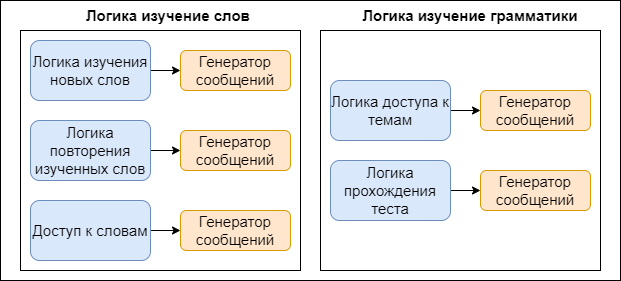
BednovAV/RalphEngBot keeps this draw.io diagram as StoryBoards/LogicLayer.drawio.png. Above is the earlier version. Source tidied: cells renumbered, new cells last; positions are measured from the earlier drawing's top-left corner, leaving out a move shared by most shapes. Its diagram source:
```xml
<mxGraphModel>
  <root>
    <mxCell id="0" />
    <mxCell id="1" parent="0" />
    <mxCell id="2" style="rounded=0;whiteSpace=wrap;html=1;fontSize=15;" parent="1" vertex="1">
      <mxGeometry width="620" height="280" as="geometry" />
    </mxCell>
    <mxCell id="3" style="rounded=0;whiteSpace=wrap;html=1;" parent="1" vertex="1">
      <mxGeometry x="20" y="30" width="280" height="240" as="geometry" />
    </mxCell>
    <mxCell id="4" value="Логика изучение слов&amp;nbsp;" style="text;html=1;strokeColor=none;fillColor=none;align=center;verticalAlign=middle;whiteSpace=wrap;rounded=0;fontStyle=1;fontSize=15;" parent="1" vertex="1">
      <mxGeometry x="60" width="220" height="30" as="geometry" />
    </mxCell>
    <mxCell id="5" style="edgeStyle=orthogonalEdgeStyle;rounded=0;jettySize=auto;html=1;exitX=1;exitY=0.5;exitDx=0;exitDy=0;entryX=0;entryY=0.5;entryDx=0;entryDy=0;fontSize=15;" parent="1" edge="1" source="6" target="11">
      <mxGeometry relative="1" as="geometry" />
    </mxCell>
    <mxCell id="6" value="Логика изучения новых слов" style="rounded=1;whiteSpace=wrap;html=1;fontSize=15;fillColor=#dae8fc;strokeColor=#6c8ebf;" parent="1" vertex="1">
      <mxGeometry x="30" y="40" width="120" height="60" as="geometry" />
    </mxCell>
    <mxCell id="7" style="edgeStyle=orthogonalEdgeStyle;rounded=0;jettySize=auto;html=1;exitX=1;exitY=0.5;exitDx=0;exitDy=0;entryX=0;entryY=0.5;entryDx=0;entryDy=0;fontSize=15;" parent="1" edge="1" source="8" target="12">
      <mxGeometry relative="1" as="geometry" />
    </mxCell>
    <mxCell id="8" value="Логика повторения изученных слов" style="rounded=1;whiteSpace=wrap;html=1;fontSize=15;fillColor=#dae8fc;strokeColor=#6c8ebf;" parent="1" vertex="1">
      <mxGeometry x="30" y="120" width="120" height="60" as="geometry" />
    </mxCell>
    <mxCell id="9" style="edgeStyle=orthogonalEdgeStyle;rounded=0;jettySize=auto;html=1;exitX=1;exitY=0.5;exitDx=0;exitDy=0;entryX=0;entryY=0.5;entryDx=0;entryDy=0;fontSize=15;" parent="1" edge="1" source="10" target="13">
      <mxGeometry relative="1" as="geometry" />
    </mxCell>
    <mxCell id="10" value="Доступ к словам" style="rounded=1;whiteSpace=wrap;html=1;fontSize=15;fillColor=#dae8fc;strokeColor=#6c8ebf;" parent="1" vertex="1">
      <mxGeometry x="30" y="200" width="120" height="60" as="geometry" />
    </mxCell>
    <mxCell id="11" value="Генератор сообщений" style="rounded=1;whiteSpace=wrap;html=1;fillColor=#ffe6cc;strokeColor=#d79b00;fontSize=15;" parent="1" vertex="1">
      <mxGeometry x="180" y="50" width="110" height="40" as="geometry" />
    </mxCell>
    <mxCell id="12" value="Генератор сообщений" style="rounded=1;whiteSpace=wrap;html=1;fillColor=#ffe6cc;strokeColor=#d79b00;fontSize=15;" parent="1" vertex="1">
      <mxGeometry x="180" y="130" width="110" height="40" as="geometry" />
    </mxCell>
    <mxCell id="13" value="Генератор сообщений" style="rounded=1;whiteSpace=wrap;html=1;fillColor=#ffe6cc;strokeColor=#d79b00;fontSize=15;" parent="1" vertex="1">
      <mxGeometry x="180" y="210" width="110" height="40" as="geometry" />
    </mxCell>
    <mxCell id="14" style="rounded=0;whiteSpace=wrap;html=1;" parent="1" vertex="1">
      <mxGeometry x="320" y="30" width="280" height="240" as="geometry" />
    </mxCell>
    <mxCell id="15" value="Логика изучение грамматики" style="text;html=1;strokeColor=none;fillColor=none;align=center;verticalAlign=middle;whiteSpace=wrap;rounded=0;fontStyle=1;fontSize=15;" parent="1" vertex="1">
      <mxGeometry x="360" width="220" height="30" as="geometry" />
    </mxCell>
    <mxCell id="16" style="edgeStyle=orthogonalEdgeStyle;rounded=0;jettySize=auto;html=1;exitX=1;exitY=0.5;exitDx=0;exitDy=0;entryX=0;entryY=0.5;entryDx=0;entryDy=0;fontSize=15;" parent="1" edge="1" source="17" target="20">
      <mxGeometry relative="1" as="geometry" />
    </mxCell>
    <mxCell id="17" value="Логика доступа к темам" style="rounded=1;whiteSpace=wrap;html=1;fontSize=15;fillColor=#dae8fc;strokeColor=#6c8ebf;" parent="1" vertex="1">
      <mxGeometry x="330" y="80" width="120" height="60" as="geometry" />
    </mxCell>
    <mxCell id="18" style="edgeStyle=orthogonalEdgeStyle;rounded=0;jettySize=auto;html=1;exitX=1;exitY=0.5;exitDx=0;exitDy=0;entryX=0;entryY=0.5;entryDx=0;entryDy=0;fontSize=15;" parent="1" edge="1" source="19" target="21">
      <mxGeometry relative="1" as="geometry" />
    </mxCell>
    <mxCell id="19" value="Логика прохождения теста" style="rounded=1;whiteSpace=wrap;html=1;fontSize=15;fillColor=#dae8fc;strokeColor=#6c8ebf;" parent="1" vertex="1">
      <mxGeometry x="330" y="160" width="120" height="60" as="geometry" />
    </mxCell>
    <mxCell id="20" value="Генератор сообщений" style="rounded=1;whiteSpace=wrap;html=1;fillColor=#ffe6cc;strokeColor=#d79b00;fontSize=15;" parent="1" vertex="1">
      <mxGeometry x="480" y="90" width="110" height="40" as="geometry" />
    </mxCell>
    <mxCell id="21" value="Генератор сообщений" style="rounded=1;whiteSpace=wrap;html=1;fillColor=#ffe6cc;strokeColor=#d79b00;fontSize=15;" parent="1" vertex="1">
      <mxGeometry x="480" y="170" width="110" height="40" as="geometry" />
    </mxCell>
  </root>
</mxGraphModel>
```
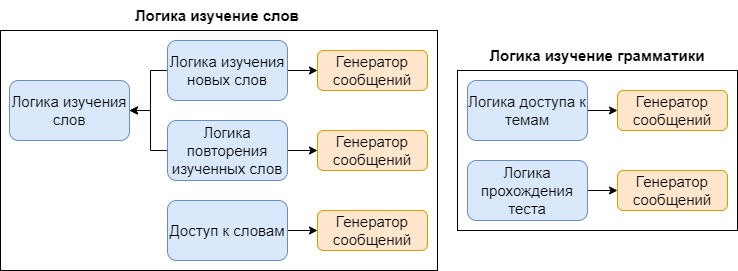
The same diagram one commit later.

Diff of the diagram source:
```diff
@@ -2,24 +2,37 @@
   <root>
     <mxCell id="0" />
     <mxCell id="1" parent="0" />
-    <mxCell id="2" style="rounded=0;whiteSpace=wrap;html=1;fontSize=15;" parent="1" vertex="1">
-      <mxGeometry width="620" height="280" as="geometry" />
-    </mxCell>
     <mxCell id="3" style="rounded=0;whiteSpace=wrap;html=1;" parent="1" vertex="1">
-      <mxGeometry x="20" y="30" width="280" height="240" as="geometry" />
+      <mxGeometry x="-137" y="30" width="437" height="240" as="geometry" />
     </mxCell>
     <mxCell id="4" value="Логика изучение слов&amp;nbsp;" style="text;html=1;strokeColor=none;fillColor=none;align=center;verticalAlign=middle;whiteSpace=wrap;rounded=0;fontStyle=1;fontSize=15;" parent="1" vertex="1">
-      <mxGeometry x="60" width="220" height="30" as="geometry" />
+      <mxGeometry x="-28.5" width="220" height="30" as="geometry" />
     </mxCell>
     <mxCell id="5" style="edgeStyle=orthogonalEdgeStyle;rounded=0;jettySize=auto;html=1;exitX=1;exitY=0.5;exitDx=0;exitDy=0;entryX=0;entryY=0.5;entryDx=0;entryDy=0;fontSize=15;" parent="1" edge="1" source="6" target="11">
       <mxGeometry relative="1" as="geometry" />
     </mxCell>
+    <mxCell id="22" style="edgeStyle=orthogonalEdgeStyle;rounded=0;jettySize=auto;html=1;exitX=0;exitY=0.5;exitDx=0;exitDy=0;entryX=1;entryY=0.5;entryDx=0;entryDy=0;fontSize=15;" parent="1" edge="1" source="6" target="24">
+      <mxGeometry relative="1" as="geometry">
+        <Array as="points">
+          <mxPoint x="13" y="70" />
+          <mxPoint x="13" y="110" />
+        </Array>
+      </mxGeometry>
+    </mxCell>
     <mxCell id="6" value="Логика изучения новых слов" style="rounded=1;whiteSpace=wrap;html=1;fontSize=15;fillColor=#dae8fc;strokeColor=#6c8ebf;" parent="1" vertex="1">
       <mxGeometry x="30" y="40" width="120" height="60" as="geometry" />
     </mxCell>
     <mxCell id="7" style="edgeStyle=orthogonalEdgeStyle;rounded=0;jettySize=auto;html=1;exitX=1;exitY=0.5;exitDx=0;exitDy=0;entryX=0;entryY=0.5;entryDx=0;entryDy=0;fontSize=15;" parent="1" edge="1" source="8" target="12">
       <mxGeometry relative="1" as="geometry" />
     </mxCell>
+    <mxCell id="23" style="edgeStyle=orthogonalEdgeStyle;rounded=0;jettySize=auto;html=1;exitX=0;exitY=0.5;exitDx=0;exitDy=0;fontSize=15;" parent="1" edge="1" source="8" target="24">
+      <mxGeometry relative="1" as="geometry">
+        <Array as="points">
+          <mxPoint x="13" y="150" />
+          <mxPoint x="13" y="110" />
+        </Array>
+      </mxGeometry>
+    </mxCell>
     <mxCell id="8" value="Логика повторения изученных слов" style="rounded=1;whiteSpace=wrap;html=1;fontSize=15;fillColor=#dae8fc;strokeColor=#6c8ebf;" parent="1" vertex="1">
       <mxGeometry x="30" y="120" width="120" height="60" as="geometry" />
     </mxCell>
@@ -39,10 +52,10 @@
       <mxGeometry x="180" y="210" width="110" height="40" as="geometry" />
     </mxCell>
     <mxCell id="14" style="rounded=0;whiteSpace=wrap;html=1;" parent="1" vertex="1">
-      <mxGeometry x="320" y="30" width="280" height="240" as="geometry" />
+      <mxGeometry x="320" y="70" width="280" height="160" as="geometry" />
     </mxCell>
     <mxCell id="15" value="Логика изучение грамматики" style="text;html=1;strokeColor=none;fillColor=none;align=center;verticalAlign=middle;whiteSpace=wrap;rounded=0;fontStyle=1;fontSize=15;" parent="1" vertex="1">
-      <mxGeometry x="360" width="220" height="30" as="geometry" />
+      <mxGeometry x="350" y="40" width="220" height="30" as="geometry" />
     </mxCell>
     <mxCell id="16" style="edgeStyle=orthogonalEdgeStyle;rounded=0;jettySize=auto;html=1;exitX=1;exitY=0.5;exitDx=0;exitDy=0;entryX=0;entryY=0.5;entryDx=0;entryDy=0;fontSize=15;" parent="1" edge="1" source="17" target="20">
       <mxGeometry relative="1" as="geometry" />
@@ -62,5 +75,8 @@
     <mxCell id="21" value="Генератор сообщений" style="rounded=1;whiteSpace=wrap;html=1;fillColor=#ffe6cc;strokeColor=#d79b00;fontSize=15;" parent="1" vertex="1">
       <mxGeometry x="480" y="170" width="110" height="40" as="geometry" />
     </mxCell>
+    <mxCell id="24" value="Логика изучения слов" style="rounded=1;whiteSpace=wrap;html=1;fontSize=15;fillColor=#dae8fc;strokeColor=#6c8ebf;" parent="1" vertex="1">
+      <mxGeometry x="-128" y="80" width="120" height="60" as="geometry" />
+    </mxCell>
   </root>
 </mxGraphModel>
```
